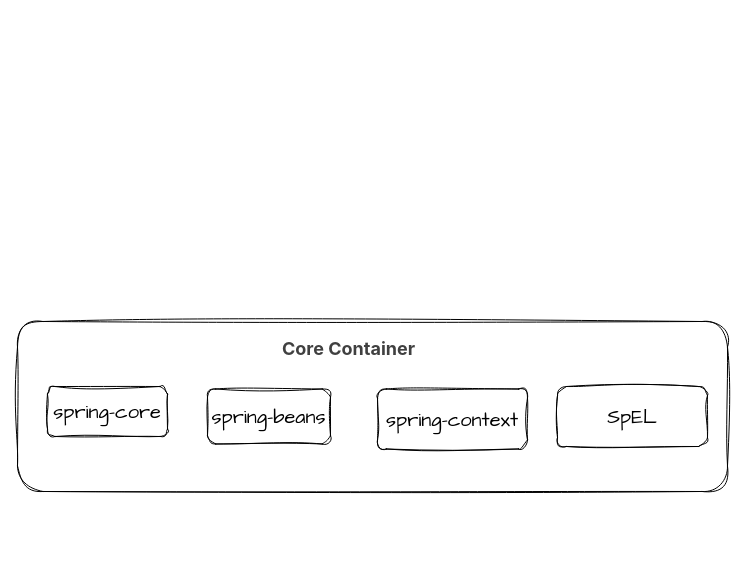
wwupower/daily-drawio keeps this draw.io diagram as me/note/Spring01.drawio. Above is the earlier version. Source tidied: cells renumbered, new cells numbered last; positions are measured from the earlier drawing's top-left corner, leaving out a move shared by most shapes. Both pictures are drawn from the tidied source at 100%, with x=0, y=0 at pixel (17, 321).
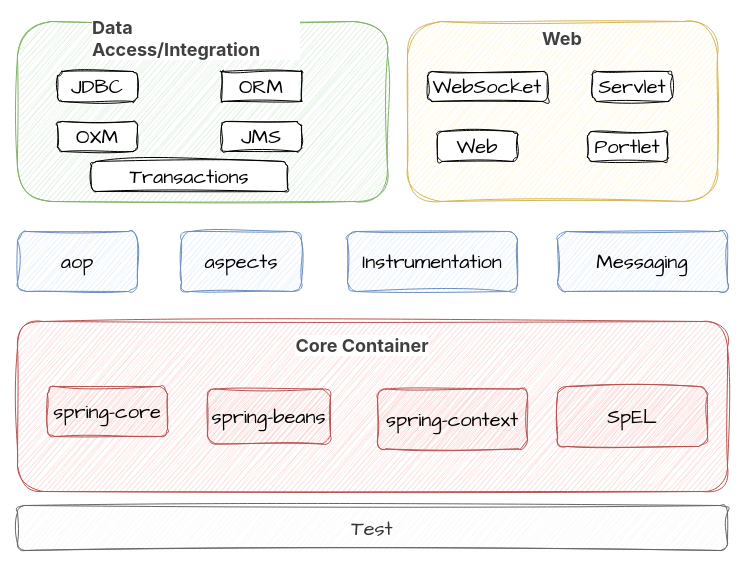
After the change.

The edit, as a diff of the source:
```diff
@@
-    <mxCell id="2" style="rounded=1;whiteSpace=wrap;html=1;sketch=1;hachureGap=4;jiggle=2;curveFitting=1;fontFamily=Architects Daughter;fontSize=20;" parent="1" vertex="1">
+    <mxCell id="2" style="rounded=1;whiteSpace=wrap;html=1;sketch=1;hachureGap=4;jiggle=2;curveFitting=1;fontFamily=Architects Daughter;fontSize=20;fillColor=#f8cecc;strokeColor=#b85450;" parent="1" vertex="1">
       <mxGeometry width="710" height="170" as="geometry" />
     </mxCell>
-    <mxCell id="3" value="spring-core" style="rounded=1;whiteSpace=wrap;html=1;sketch=1;hachureGap=4;jiggle=2;curveFitting=1;fontFamily=Architects Daughter;fontSize=20;" parent="1" vertex="1">
+    <mxCell id="3" value="spring-core" style="rounded=1;whiteSpace=wrap;html=1;sketch=1;hachureGap=4;jiggle=2;curveFitting=1;fontFamily=Architects Daughter;fontSize=20;fillColor=#f8cecc;strokeColor=#b85450;" parent="1" vertex="1">
       <mxGeometry x="30" y="65" width="120" height="50" as="geometry" />
     </mxCell>
-    <mxCell id="4" value="spring-beans" style="rounded=1;whiteSpace=wrap;html=1;sketch=1;hachureGap=4;jiggle=2;curveFitting=1;fontFamily=Architects Daughter;fontSize=20;" parent="1" vertex="1">
+    <mxCell id="4" value="spring-beans" style="rounded=1;whiteSpace=wrap;html=1;sketch=1;hachureGap=4;jiggle=2;curveFitting=1;fontFamily=Architects Daughter;fontSize=20;fillColor=#f8cecc;strokeColor=#b85450;" parent="1" vertex="1">
       <mxGeometry x="190" y="67.5" width="123" height="55" as="geometry" />
     </mxCell>
-    <mxCell id="5" value="spring-context" style="rounded=1;whiteSpace=wrap;html=1;sketch=1;hachureGap=4;jiggle=2;curveFitting=1;fontFamily=Architects Daughter;fontSize=20;" parent="1" vertex="1">
+    <mxCell id="5" value="spring-context" style="rounded=1;whiteSpace=wrap;html=1;sketch=1;hachureGap=4;jiggle=2;curveFitting=1;fontFamily=Architects Daughter;fontSize=20;fillColor=#f8cecc;strokeColor=#b85450;" parent="1" vertex="1">
       <mxGeometry x="360" y="67.5" width="150" height="60" as="geometry" />
     </mxCell>
+    <mxCell id="7" value="SpEL" style="rounded=1;whiteSpace=wrap;html=1;sketch=1;hachureGap=4;jiggle=2;curveFitting=1;fontFamily=Architects Daughter;fontSize=20;fillColor=#f8cecc;strokeColor=#b85450;" parent="1" vertex="1">
+      <mxGeometry x="540" y="65" width="150" height="60" as="geometry" />
+    </mxCell>
+    <mxCell id="8" value="aop" style="rounded=1;whiteSpace=wrap;html=1;sketch=1;hachureGap=4;jiggle=2;curveFitting=1;fontFamily=Architects Daughter;fontSize=20;fillColor=#dae8fc;strokeColor=#6c8ebf;" parent="1" vertex="1">
+      <mxGeometry y="-90" width="120" height="60" as="geometry" />
+    </mxCell>
+    <mxCell id="9" value="aspects" style="rounded=1;whiteSpace=wrap;html=1;sketch=1;hachureGap=4;jiggle=2;curveFitting=1;fontFamily=Architects Daughter;fontSize=20;fillColor=#dae8fc;strokeColor=#6c8ebf;" parent="1" vertex="1">
+      <mxGeometry x="164" y="-90" width="120" height="60" as="geometry" />
+    </mxCell>
+    <mxCell id="10" value="Instrumentation" style="rounded=1;whiteSpace=wrap;html=1;sketch=1;hachureGap=4;jiggle=2;curveFitting=1;fontFamily=Architects Daughter;fontSize=20;fillColor=#dae8fc;strokeColor=#6c8ebf;" parent="1" vertex="1">
+      <mxGeometry x="330" y="-90" width="170" height="60" as="geometry" />
+    </mxCell>
+    <mxCell id="11" value="Messaging" style="rounded=1;whiteSpace=wrap;html=1;sketch=1;hachureGap=4;jiggle=2;curveFitting=1;fontFamily=Architects Daughter;fontSize=20;fillColor=#dae8fc;strokeColor=#6c8ebf;" parent="1" vertex="1">
+      <mxGeometry x="540" y="-90" width="170" height="60" as="geometry" />
+    </mxCell>
+    <mxCell id="12" style="rounded=1;whiteSpace=wrap;html=1;sketch=1;hachureGap=4;jiggle=2;curveFitting=1;fontFamily=Architects Daughter;fontSize=20;arcSize=19;fillColor=#d5e8d4;strokeColor=#82b366;" parent="1" vertex="1">
+      <mxGeometry y="-300" width="370" height="180" as="geometry" />
+    </mxCell>
+    <mxCell id="13" value="&lt;h5 style=&quot;box-sizing: border-box; margin-top: 0px; margin-bottom: 16px; color: rgb(64, 64, 64); text-rendering: optimizelegibility; font-size: 18px; font-family: -apple-system, BlinkMacSystemFont, &amp;quot;Apple Color Emoji&amp;quot;, &amp;quot;Segoe UI Emoji&amp;quot;, &amp;quot;Segoe UI Symbol&amp;quot;, &amp;quot;Segoe UI&amp;quot;, &amp;quot;PingFang SC&amp;quot;, &amp;quot;Hiragino Sans GB&amp;quot;, &amp;quot;Microsoft YaHei&amp;quot;, &amp;quot;Helvetica Neue&amp;quot;, Helvetica, Arial, sans-serif; text-align: start; background-color: rgb(255, 255, 255);&quot;&gt;Data Access/Integration&lt;/h5&gt;" style="text;html=1;strokeColor=none;fillColor=none;align=center;verticalAlign=middle;whiteSpace=wrap;rounded=0;fontSize=20;fontFamily=Architects Daughter;" parent="1" vertex="1">
+      <mxGeometry x="74" y="-290" width="210" height="30" as="geometry" />
+    </mxCell>
+    <mxCell id="14" value="JDBC" style="rounded=1;whiteSpace=wrap;html=1;sketch=1;hachureGap=4;jiggle=2;curveFitting=1;fontFamily=Architects Daughter;fontSize=20;" parent="1" vertex="1">
+      <mxGeometry x="40" y="-250" width="80" height="30" as="geometry" />
+    </mxCell>
+    <mxCell id="15" value="ORM" style="rounded=1;whiteSpace=wrap;html=1;sketch=1;hachureGap=4;jiggle=2;curveFitting=1;fontFamily=Architects Daughter;fontSize=20;arcSize=0;" parent="1" vertex="1">
+      <mxGeometry x="204" y="-250" width="80" height="30" as="geometry" />
+    </mxCell>
+    <mxCell id="16" value="OXM" style="rounded=1;whiteSpace=wrap;html=1;sketch=1;hachureGap=4;jiggle=2;curveFitting=1;fontFamily=Architects Daughter;fontSize=20;" parent="1" vertex="1">
+      <mxGeometry x="40" y="-200" width="80" height="30" as="geometry" />
+    </mxCell>
+    <mxCell id="17" value="JMS" style="rounded=1;whiteSpace=wrap;html=1;sketch=1;hachureGap=4;jiggle=2;curveFitting=1;fontFamily=Architects Daughter;fontSize=20;" parent="1" vertex="1">
+      <mxGeometry x="204" y="-200" width="80" height="30" as="geometry" />
+    </mxCell>
+    <mxCell id="18" value="Transactions" style="rounded=1;whiteSpace=wrap;html=1;sketch=1;hachureGap=4;jiggle=2;curveFitting=1;fontFamily=Architects Daughter;fontSize=20;" parent="1" vertex="1">
+      <mxGeometry x="74" y="-160" width="196" height="30" as="geometry" />
+    </mxCell>
+    <mxCell id="19" style="rounded=1;whiteSpace=wrap;html=1;sketch=1;hachureGap=4;jiggle=2;curveFitting=1;fontFamily=Architects Daughter;fontSize=20;arcSize=19;fillColor=#fff2cc;strokeColor=#d6b656;" parent="1" vertex="1">
+      <mxGeometry x="390" y="-300" width="310" height="180" as="geometry" />
+    </mxCell>
+    <mxCell id="20" value="&lt;h5 style=&quot;box-sizing: border-box; margin-top: 0px; margin-bottom: 16px; color: rgb(64, 64, 64); text-rendering: optimizelegibility; font-size: 18px; font-family: -apple-system, BlinkMacSystemFont, &amp;quot;Apple Color Emoji&amp;quot;, &amp;quot;Segoe UI Emoji&amp;quot;, &amp;quot;Segoe UI Symbol&amp;quot;, &amp;quot;Segoe UI&amp;quot;, &amp;quot;PingFang SC&amp;quot;, &amp;quot;Hiragino Sans GB&amp;quot;, &amp;quot;Microsoft YaHei&amp;quot;, &amp;quot;Helvetica Neue&amp;quot;, Helvetica, Arial, sans-serif; text-align: start; background-color: rgb(255, 255, 255);&quot;&gt;Web&lt;/h5&gt;" style="text;html=1;strokeColor=none;fillColor=none;align=center;verticalAlign=middle;whiteSpace=wrap;rounded=0;fontSize=20;fontFamily=Architects Daughter;" parent="1" vertex="1">
+      <mxGeometry x="440" y="-290" width="210" height="30" as="geometry" />
+    </mxCell>
+    <mxCell id="21" value="WebSocket" style="rounded=1;whiteSpace=wrap;html=1;sketch=1;hachureGap=4;jiggle=2;curveFitting=1;fontFamily=Architects Daughter;fontSize=20;" parent="1" vertex="1">
+      <mxGeometry x="410" y="-250" width="120" height="30" as="geometry" />
+    </mxCell>
+    <mxCell id="22" value="Servlet" style="rounded=1;whiteSpace=wrap;html=1;sketch=1;hachureGap=4;jiggle=2;curveFitting=1;fontFamily=Architects Daughter;fontSize=20;" parent="1" vertex="1">
+      <mxGeometry x="575" y="-250" width="80" height="30" as="geometry" />
+    </mxCell>
+    <mxCell id="23" value="Web" style="rounded=1;whiteSpace=wrap;html=1;sketch=1;hachureGap=4;jiggle=2;curveFitting=1;fontFamily=Architects Daughter;fontSize=20;" parent="1" vertex="1">
+      <mxGeometry x="420" y="-190" width="80" height="30" as="geometry" />
+    </mxCell>
+    <mxCell id="24" value="Portlet" style="rounded=1;whiteSpace=wrap;html=1;sketch=1;hachureGap=4;jiggle=2;curveFitting=1;fontFamily=Architects Daughter;fontSize=20;" parent="1" vertex="1">
+      <mxGeometry x="570" y="-190" width="80" height="30" as="geometry" />
+    </mxCell>
-    <mxCell id="6" value="&lt;h5 style=&quot;box-sizing: border-box; margin-top: 0px; margin-bottom: 16px; color: rgb(64, 64, 64); text-rendering: optimizelegibility; font-size: 18px; font-family: -apple-system, BlinkMacSystemFont, &amp;quot;Apple Color Emoji&amp;quot;, &amp;quot;Segoe UI Emoji&amp;quot;, &amp;quot;Segoe UI Symbol&amp;quot;, &amp;quot;Segoe UI&amp;quot;, &amp;quot;PingFang SC&amp;quot;, &amp;quot;Hiragino Sans GB&amp;quot;, &amp;quot;Microsoft YaHei&amp;quot;, &amp;quot;Helvetica Neue&amp;quot;, Helvetica, Arial, sans-serif; text-align: start; background-color: rgb(255, 255, 255);&quot;&gt;Core Container&lt;/h5&gt;" style="text;html=1;strokeColor=none;fillColor=none;align=center;verticalAlign=middle;whiteSpace=wrap;rounded=0;fontSize=20;fontFamily=Architects Daughter;" parent="1" vertex="1">
-      <mxGeometry x="260" y="20" width="143" height="30" as="geometry" />
+    <mxCell id="6" value="&#10;&lt;h5 style=&quot;border-color: var(--border-color); font-style: normal; font-variant-ligatures: normal; font-variant-caps: normal; letter-spacing: normal; orphans: 2; text-indent: 0px; text-transform: none; widows: 2; word-spacing: 0px; -webkit-text-stroke-width: 0px; text-decoration-thickness: initial; text-decoration-style: initial; text-decoration-color: initial; box-sizing: border-box; margin-top: 0px; margin-bottom: 16px; color: rgb(64, 64, 64); text-rendering: optimizelegibility; font-size: 18px; font-family: -apple-system, BlinkMacSystemFont, &amp;quot;Apple Color Emoji&amp;quot;, &amp;quot;Segoe UI Emoji&amp;quot;, &amp;quot;Segoe UI Symbol&amp;quot;, &amp;quot;Segoe UI&amp;quot;, &amp;quot;PingFang SC&amp;quot;, &amp;quot;Hiragino Sans GB&amp;quot;, &amp;quot;Microsoft YaHei&amp;quot;, &amp;quot;Helvetica Neue&amp;quot;, Helvetica, Arial, sans-serif; text-align: start; background-color: rgb(255, 255, 255);&quot;&gt;Core Container&lt;/h5&gt;&#10;&#10;" style="text;html=1;strokeColor=none;fillColor=none;align=center;verticalAlign=middle;whiteSpace=wrap;rounded=0;fontSize=20;fontFamily=Architects Daughter;" parent="1" vertex="1">
+      <mxGeometry x="270" y="29" width="150" height="30" as="geometry" />
     </mxCell>
-    <mxCell id="7" value="SpEL" style="rounded=1;whiteSpace=wrap;html=1;sketch=1;hachureGap=4;jiggle=2;curveFitting=1;fontFamily=Architects Daughter;fontSize=20;" parent="1" vertex="1">
-      <mxGeometry x="540" y="65" width="150" height="60" as="geometry" />
-    </mxCell>
+    <mxCell id="25" value="Test" style="rounded=1;whiteSpace=wrap;html=1;sketch=1;hachureGap=4;jiggle=2;curveFitting=1;fontFamily=Architects Daughter;fontSize=20;fillColor=#f5f5f5;strokeColor=#666666;fontColor=#333333;" parent="1" vertex="1">
+      <mxGeometry y="184" width="710" height="45" as="geometry" />
+    </mxCell>
```
